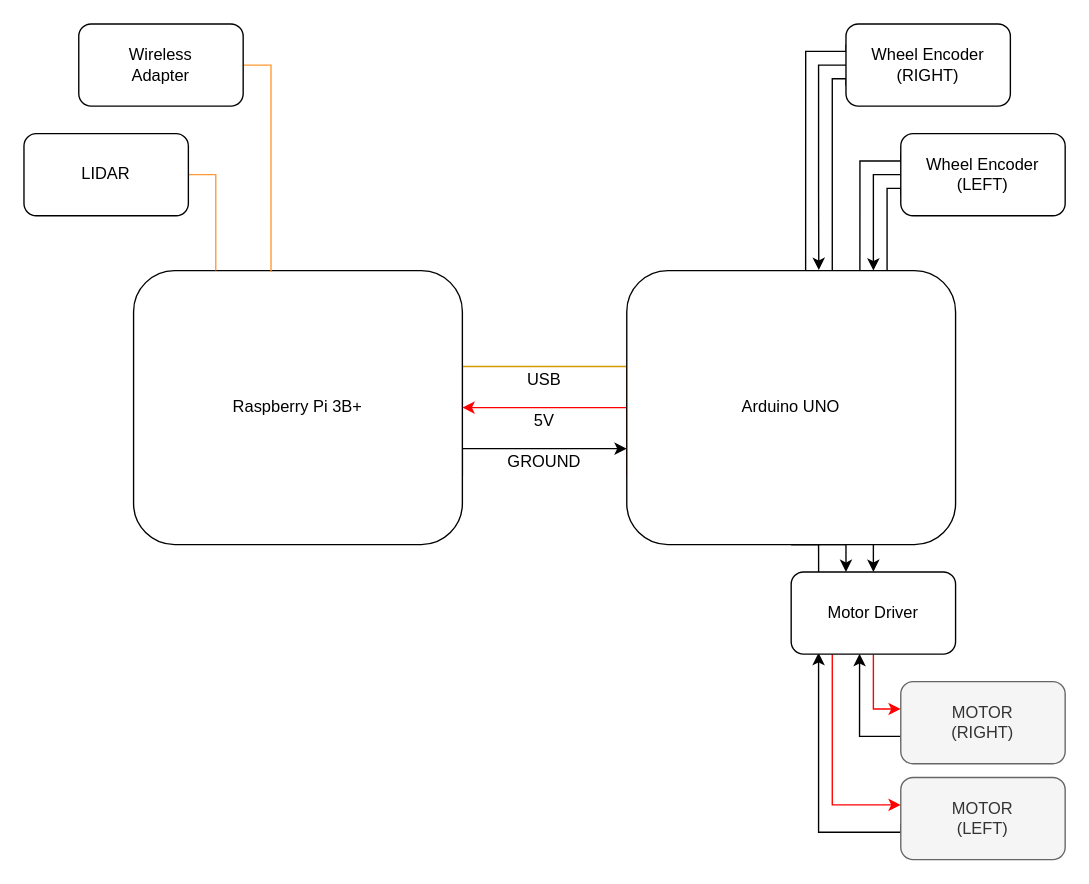
domaxi/alex142 keeps this draw.io diagram as alex_electronic_architecture.drawio. Above is the earlier version. Source tidied: cells renumbered, new cells numbered last; positions are measured from the earlier drawing's top-left corner, leaving out a move shared by most shapes. Both pictures are drawn from the tidied source at 137%, with x=0, y=0 at pixel (23, 23).
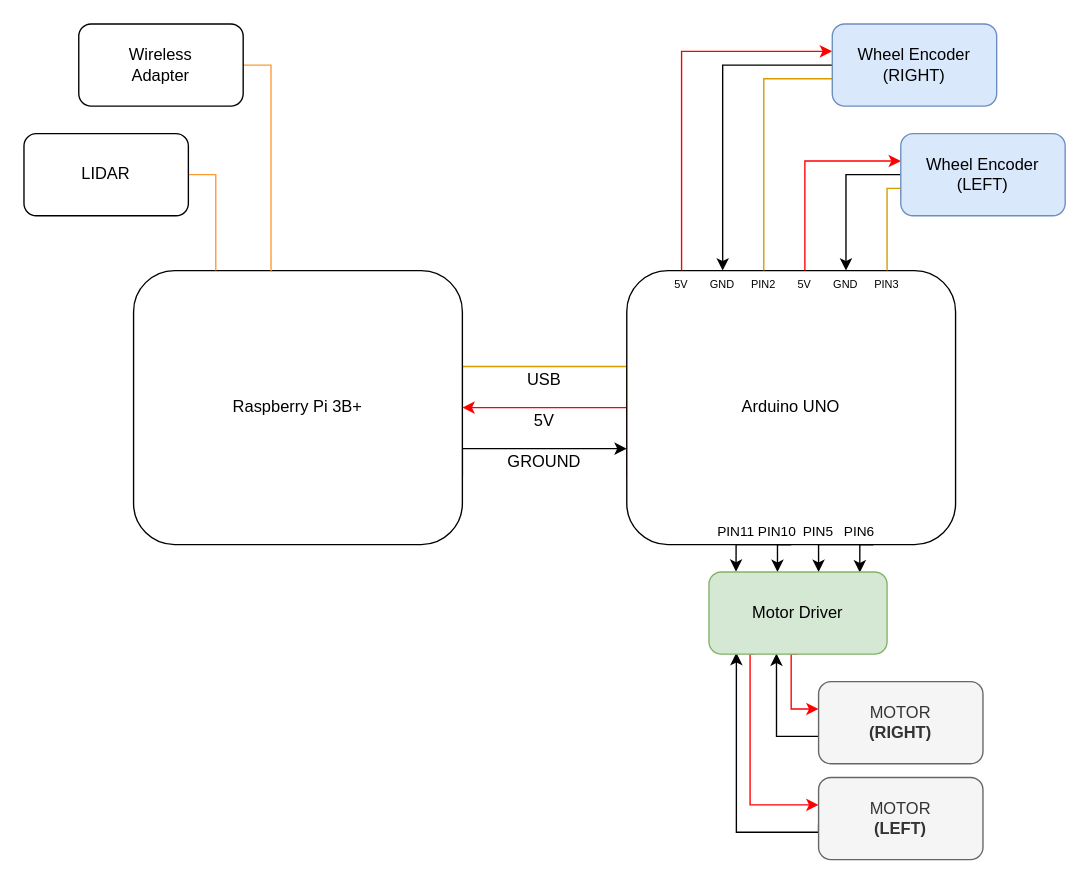
The same page after the edit.

The change refers to these unchanged cells:
```xml
<mxCell id="9" value="Arduino UNO" style="rounded=1;whiteSpace=wrap;html=1;" parent="1" vertex="1">
  <mxGeometry x="440" y="180" width="240" height="200" as="geometry" />
</mxCell>
```

Change to the diagram source:
```diff
@@
-    <mxCell id="6" style="edgeStyle=orthogonalEdgeStyle;rounded=0;jettySize=auto;html=1;exitX=0.75;exitY=1;exitDx=0;exitDy=0;entryX=0.5;entryY=0;entryDx=0;entryDy=0;endArrow=classic;endFill=1;strokeColor=#000000;" parent="1" edge="1" source="9" target="24">
+    <mxCell id="6" style="edgeStyle=orthogonalEdgeStyle;rounded=0;jettySize=auto;html=1;exitX=0.75;exitY=1;exitDx=0;exitDy=0;endArrow=classic;endFill=1;strokeColor=#000000;" parent="1" edge="1" source="9" target="24">
       <mxGeometry relative="1" as="geometry">
         <Array as="points">
-          <mxPoint x="620" y="390" />
-          <mxPoint x="620" y="390" />
+          <mxPoint x="580" y="380" />
         </Array>
       </mxGeometry>
     </mxCell>
     <mxCell id="7" style="edgeStyle=orthogonalEdgeStyle;rounded=0;jettySize=auto;html=1;exitX=0.5;exitY=1;exitDx=0;exitDy=0;startArrow=none;startFill=0;endArrow=classic;endFill=1;strokeColor=#000000;" parent="1" edge="1" source="9" target="24">
       <mxGeometry relative="1" as="geometry">
         <Array as="points">
-          <mxPoint x="600" y="380" />
+          <mxPoint x="550" y="380" />
         </Array>
       </mxGeometry>
     </mxCell>
-    <mxCell id="8" style="edgeStyle=orthogonalEdgeStyle;rounded=0;jettySize=auto;html=1;exitX=0.5;exitY=1;exitDx=0;exitDy=0;entryX=0.167;entryY=0;entryDx=0;entryDy=0;entryPerimeter=0;startArrow=none;startFill=0;endArrow=none;endFill=0;strokeColor=#000000;" parent="1" edge="1" source="9" target="24">
-      <mxGeometry relative="1" as="geometry" />
+    <mxCell id="8" style="edgeStyle=orthogonalEdgeStyle;rounded=0;jettySize=auto;html=1;exitX=0.5;exitY=1;exitDx=0;exitDy=0;entryX=0.152;entryY=-0.003;entryDx=0;entryDy=0;entryPerimeter=0;startArrow=none;startFill=0;endArrow=classic;endFill=1;strokeColor=#000000;" parent="1" edge="1" source="9" target="24">
+      <mxGeometry relative="1" as="geometry">
+        <Array as="points">
+          <mxPoint x="520" y="380" />
+          <mxPoint x="520" y="400" />
+        </Array>
+      </mxGeometry>
     </mxCell>
+    <mxCell id="32" style="edgeStyle=orthogonalEdgeStyle;rounded=0;jettySize=auto;html=1;exitX=0.75;exitY=1;exitDx=0;exitDy=0;entryX=0.847;entryY=0.006;entryDx=0;entryDy=0;entryPerimeter=0;" parent="1" edge="1" source="9" target="24">
+      <mxGeometry relative="1" as="geometry">
+        <Array as="points">
+          <mxPoint x="610" y="380" />
+        </Array>
+      </mxGeometry>
+    </mxCell>
@@
-    <mxCell id="10" style="edgeStyle=orthogonalEdgeStyle;rounded=0;jettySize=auto;html=1;exitX=0;exitY=0.5;exitDx=0;exitDy=0;entryX=0.75;entryY=0;entryDx=0;entryDy=0;" parent="1" edge="1" source="13" target="9">
-      <mxGeometry relative="1" as="geometry" />
+    <mxCell id="10" style="edgeStyle=orthogonalEdgeStyle;rounded=0;jettySize=auto;html=1;exitX=0;exitY=0.5;exitDx=0;exitDy=0;entryX=0.5;entryY=0;entryDx=0;entryDy=0;" parent="1" edge="1" source="13" target="42">
+      <mxGeometry relative="1" as="geometry">
+        <Array as="points">
+          <mxPoint x="600" y="110" />
+        </Array>
+      </mxGeometry>
     </mxCell>
-    <mxCell id="11" style="edgeStyle=orthogonalEdgeStyle;rounded=0;jettySize=auto;html=1;exitX=0;exitY=0.25;exitDx=0;exitDy=0;entryX=0.709;entryY=0.001;entryDx=0;entryDy=0;entryPerimeter=0;startArrow=none;startFill=0;endArrow=none;endFill=0;strokeColor=#000000;" parent="1" edge="1" source="13" target="9">
+    <mxCell id="11" style="edgeStyle=orthogonalEdgeStyle;rounded=0;jettySize=auto;html=1;exitX=0.001;exitY=0.334;exitDx=0;exitDy=0;startArrow=classic;startFill=1;endArrow=none;endFill=0;strokeColor=#FF0000;exitPerimeter=0;entryX=0.5;entryY=0;entryDx=0;entryDy=0;" parent="1" edge="1" source="13" target="40">
       <mxGeometry relative="1" as="geometry">
         <Array as="points">
-          <mxPoint x="640" y="100" />
-          <mxPoint x="610" y="100" />
+          <mxPoint x="570" y="100" />
         </Array>
       </mxGeometry>
     </mxCell>
-    <mxCell id="12" style="edgeStyle=orthogonalEdgeStyle;rounded=0;jettySize=auto;html=1;exitX=0;exitY=0.75;exitDx=0;exitDy=0;startArrow=none;startFill=0;endArrow=none;endFill=0;strokeColor=#000000;" parent="1" edge="1" source="13">
+    <mxCell id="12" style="edgeStyle=orthogonalEdgeStyle;rounded=0;jettySize=auto;html=1;exitX=0;exitY=0.75;exitDx=0;exitDy=0;startArrow=none;startFill=0;endArrow=none;endFill=0;strokeColor=#d79b00;fillColor=#ffe6cc;" parent="1" edge="1" source="13">
       <mxGeometry relative="1" as="geometry">
         <mxPoint x="630" y="180" as="targetPoint" />
         <Array as="points">
           <mxPoint x="640" y="120" />
           <mxPoint x="630" y="120" />
         </Array>
       </mxGeometry>
     </mxCell>
-    <mxCell id="13" value="Wheel Encoder&lt;br&gt;(LEFT)" style="rounded=1;whiteSpace=wrap;html=1;" parent="1" vertex="1">
+    <mxCell id="13" value="Wheel Encoder&lt;br&gt;(LEFT)" style="rounded=1;whiteSpace=wrap;html=1;fillColor=#dae8fc;strokeColor=#6c8ebf;" parent="1" vertex="1">
       <mxGeometry x="640" y="80" width="120" height="60" as="geometry" />
     </mxCell>
-    <mxCell id="14" style="edgeStyle=orthogonalEdgeStyle;rounded=0;jettySize=auto;html=1;entryX=0.584;entryY=-0.002;entryDx=0;entryDy=0;entryPerimeter=0;endArrow=classic;endFill=1;strokeColor=#000000;" parent="1" edge="1" source="17" target="9">
+    <mxCell id="14" style="edgeStyle=orthogonalEdgeStyle;rounded=0;jettySize=auto;html=1;endArrow=classic;endFill=1;strokeColor=#000000;entryX=0.5;entryY=0;entryDx=0;entryDy=0;" parent="1" edge="1" source="17" target="41">
       <mxGeometry relative="1" as="geometry">
         <Array as="points">
-          <mxPoint x="580" y="30" />
-          <mxPoint x="580" y="120" />
-          <mxPoint x="580" y="120" />
+          <mxPoint x="510" y="30" />
         </Array>
       </mxGeometry>
     </mxCell>
-    <mxCell id="15" style="edgeStyle=orthogonalEdgeStyle;rounded=0;jettySize=auto;html=1;exitX=0;exitY=0.75;exitDx=0;exitDy=0;entryX=0.625;entryY=-0.001;entryDx=0;entryDy=0;entryPerimeter=0;startArrow=none;startFill=0;endArrow=none;endFill=0;strokeColor=#000000;" parent="1" edge="1" source="17" target="9">
+    <mxCell id="15" style="edgeStyle=orthogonalEdgeStyle;rounded=0;jettySize=auto;html=1;exitX=0;exitY=0.75;exitDx=0;exitDy=0;startArrow=none;startFill=0;endArrow=none;endFill=0;strokeColor=#d79b00;fillColor=#ffe6cc;entryX=0.5;entryY=0;entryDx=0;entryDy=0;" parent="1" edge="1" source="17" target="38">
       <mxGeometry relative="1" as="geometry">
         <Array as="points">
+          <mxPoint x="600" y="45" />
           <mxPoint x="600" y="40" />
-          <mxPoint x="590" y="40" />
+          <mxPoint x="540" y="40" />
         </Array>
       </mxGeometry>
     </mxCell>
-    <mxCell id="16" style="edgeStyle=orthogonalEdgeStyle;rounded=0;jettySize=auto;html=1;exitX=0;exitY=0.25;exitDx=0;exitDy=0;entryX=0.544;entryY=0;entryDx=0;entryDy=0;entryPerimeter=0;startArrow=none;startFill=0;endArrow=none;endFill=0;strokeColor=#000000;" parent="1" edge="1" source="17" target="9">
+    <mxCell id="16" style="edgeStyle=orthogonalEdgeStyle;rounded=0;jettySize=auto;html=1;exitX=-0.001;exitY=0.333;exitDx=0;exitDy=0;startArrow=classic;startFill=1;endArrow=none;endFill=0;strokeColor=#FF0000;exitPerimeter=0;" parent="1" edge="1" source="17" target="9">
       <mxGeometry relative="1" as="geometry">
         <Array as="points">
-          <mxPoint x="600" y="20" />
-          <mxPoint x="571" y="20" />
+          <mxPoint x="480" y="20" />
         </Array>
       </mxGeometry>
     </mxCell>
-    <mxCell id="17" value="Wheel Encoder&lt;br&gt;(RIGHT)" style="rounded=1;whiteSpace=wrap;html=1;" parent="1" vertex="1">
-      <mxGeometry x="600" width="120" height="60" as="geometry" />
+    <mxCell id="17" value="Wheel Encoder&lt;br&gt;(RIGHT)" style="rounded=1;whiteSpace=wrap;html=1;fillColor=#dae8fc;strokeColor=#6c8ebf;" parent="1" vertex="1">
+      <mxGeometry x="590" width="120" height="60" as="geometry" />
     </mxCell>
@@
     <mxCell id="20" style="edgeStyle=orthogonalEdgeStyle;rounded=0;jettySize=auto;html=1;exitX=0.5;exitY=1;exitDx=0;exitDy=0;endArrow=classic;endFill=1;strokeColor=#FF0000;" parent="1" edge="1" source="24" target="31">
       <mxGeometry relative="1" as="geometry">
         <Array as="points">
-          <mxPoint x="620" y="500" />
+          <mxPoint x="560" y="500" />
         </Array>
       </mxGeometry>
     </mxCell>
     <mxCell id="21" style="edgeStyle=orthogonalEdgeStyle;rounded=0;jettySize=auto;html=1;exitX=0.25;exitY=1;exitDx=0;exitDy=0;endArrow=classic;endFill=1;strokeColor=#FF0000;" parent="1" edge="1" source="24" target="30">
       <mxGeometry relative="1" as="geometry">
         <Array as="points">
-          <mxPoint x="590" y="570" />
+          <mxPoint x="530" y="570" />
         </Array>
       </mxGeometry>
     </mxCell>
     <mxCell id="22" style="edgeStyle=orthogonalEdgeStyle;rounded=0;jettySize=auto;html=1;entryX=0;entryY=0.568;entryDx=0;entryDy=0;endArrow=none;endFill=0;strokeColor=#000000;startArrow=classic;startFill=1;entryPerimeter=0;" parent="1" edge="1" target="30">
       <mxGeometry relative="1" as="geometry">
-        <mxPoint x="580" y="459" as="sourcePoint" />
+        <mxPoint x="520" y="459" as="sourcePoint" />
         <Array as="points">
+          <mxPoint x="520" y="590" />
           <mxPoint x="580" y="590" />
-          <mxPoint x="640" y="590" />
         </Array>
       </mxGeometry>
     </mxCell>
-    <mxCell id="23" style="edgeStyle=orthogonalEdgeStyle;rounded=0;jettySize=auto;html=1;exitX=0.416;exitY=0.996;exitDx=0;exitDy=0;entryX=0.003;entryY=0.722;entryDx=0;entryDy=0;entryPerimeter=0;startArrow=classic;startFill=1;endArrow=none;endFill=0;strokeColor=#000000;exitPerimeter=0;" parent="1" edge="1" source="24" target="31">
+    <mxCell id="23" style="edgeStyle=orthogonalEdgeStyle;rounded=0;jettySize=auto;html=1;exitX=0.379;exitY=0.992;exitDx=0;exitDy=0;entryX=0.003;entryY=0.722;entryDx=0;entryDy=0;entryPerimeter=0;startArrow=classic;startFill=1;endArrow=none;endFill=0;strokeColor=#000000;exitPerimeter=0;" parent="1" edge="1" source="24" target="31">
       <mxGeometry relative="1" as="geometry">
         <Array as="points">
-          <mxPoint x="610" y="520" />
-          <mxPoint x="640" y="520" />
+          <mxPoint x="549" y="520" />
+          <mxPoint x="580" y="520" />
         </Array>
       </mxGeometry>
     </mxCell>
-    <mxCell id="24" value="Motor Driver" style="rounded=1;whiteSpace=wrap;html=1;" parent="1" vertex="1">
-      <mxGeometry x="560" y="400" width="120" height="60" as="geometry" />
+    <mxCell id="24" value="Motor Driver" style="rounded=1;whiteSpace=wrap;html=1;fillColor=#d5e8d4;strokeColor=#82b366;" parent="1" vertex="1">
+      <mxGeometry x="500" y="400" width="130" height="60" as="geometry" />
     </mxCell>
@@
-    <mxCell id="30" value="MOTOR&lt;br&gt;(LEFT)" style="rounded=1;whiteSpace=wrap;html=1;fillColor=#f5f5f5;strokeColor=#666666;fontColor=#333333;" parent="1" vertex="1">
-      <mxGeometry x="640" y="550" width="120" height="60" as="geometry" />
+    <mxCell id="30" value="MOTOR&lt;br&gt;&lt;b&gt;(LEFT)&lt;/b&gt;" style="rounded=1;whiteSpace=wrap;html=1;fillColor=#f5f5f5;strokeColor=#666666;fontColor=#333333;" parent="1" vertex="1">
+      <mxGeometry x="580" y="550" width="120" height="60" as="geometry" />
     </mxCell>
-    <mxCell id="31" value="MOTOR&lt;br&gt;(RIGHT)" style="rounded=1;whiteSpace=wrap;html=1;fillColor=#f5f5f5;strokeColor=#666666;fontColor=#333333;" parent="1" vertex="1">
-      <mxGeometry x="640" y="480" width="120" height="60" as="geometry" />
+    <mxCell id="31" value="MOTOR&lt;br&gt;&lt;b&gt;(RIGHT)&lt;/b&gt;" style="rounded=1;whiteSpace=wrap;html=1;fillColor=#f5f5f5;strokeColor=#666666;fontColor=#333333;" parent="1" vertex="1">
+      <mxGeometry x="580" y="480" width="120" height="60" as="geometry" />
     </mxCell>
+    <mxCell id="33" value="PIN5" style="text;html=1;strokeColor=none;fillColor=none;align=center;verticalAlign=middle;whiteSpace=wrap;rounded=0;fontSize=10;" parent="1" vertex="1">
+      <mxGeometry x="570" y="360" width="20" height="20" as="geometry" />
+    </mxCell>
+    <mxCell id="34" value="PIN6" style="text;html=1;strokeColor=none;fillColor=none;align=center;verticalAlign=middle;whiteSpace=wrap;rounded=0;fontSize=10;" parent="1" vertex="1">
+      <mxGeometry x="600" y="360" width="20" height="20" as="geometry" />
+    </mxCell>
+    <mxCell id="35" value="PIN11" style="text;html=1;strokeColor=none;fillColor=none;align=center;verticalAlign=middle;whiteSpace=wrap;rounded=0;fontSize=10;" parent="1" vertex="1">
+      <mxGeometry x="510" y="360" width="20" height="20" as="geometry" />
+    </mxCell>
+    <mxCell id="36" value="PIN10" style="text;html=1;strokeColor=none;fillColor=none;align=center;verticalAlign=middle;whiteSpace=wrap;rounded=0;fontSize=10;" parent="1" vertex="1">
+      <mxGeometry x="540" y="360" width="20" height="20" as="geometry" />
+    </mxCell>
+    <mxCell id="37" value="PIN3" style="text;html=1;strokeColor=none;fillColor=none;align=center;verticalAlign=middle;whiteSpace=wrap;rounded=0;fontSize=8;" parent="1" vertex="1">
+      <mxGeometry x="620" y="180" width="20" height="20" as="geometry" />
+    </mxCell>
+    <mxCell id="38" value="PIN2" style="text;html=1;strokeColor=none;fillColor=none;align=center;verticalAlign=middle;whiteSpace=wrap;rounded=0;fontSize=8;" parent="1" vertex="1">
+      <mxGeometry x="530" y="180" width="20" height="20" as="geometry" />
+    </mxCell>
+    <mxCell id="39" value="5V" style="text;html=1;strokeColor=none;fillColor=none;align=center;verticalAlign=middle;whiteSpace=wrap;rounded=0;fontSize=8;" parent="1" vertex="1">
+      <mxGeometry x="470" y="180" width="20" height="20" as="geometry" />
+    </mxCell>
+    <mxCell id="40" value="5V" style="text;html=1;strokeColor=none;fillColor=none;align=center;verticalAlign=middle;whiteSpace=wrap;rounded=0;fontSize=8;" parent="1" vertex="1">
+      <mxGeometry x="560" y="180" width="20" height="20" as="geometry" />
+    </mxCell>
+    <mxCell id="41" value="GND" style="text;html=1;strokeColor=none;fillColor=none;align=center;verticalAlign=middle;whiteSpace=wrap;rounded=0;fontSize=8;" parent="1" vertex="1">
+      <mxGeometry x="500" y="180" width="20" height="20" as="geometry" />
+    </mxCell>
+    <mxCell id="42" value="GND" style="text;html=1;strokeColor=none;fillColor=none;align=center;verticalAlign=middle;whiteSpace=wrap;rounded=0;fontSize=8;" parent="1" vertex="1">
+      <mxGeometry x="590" y="180" width="20" height="20" as="geometry" />
+    </mxCell>
```
